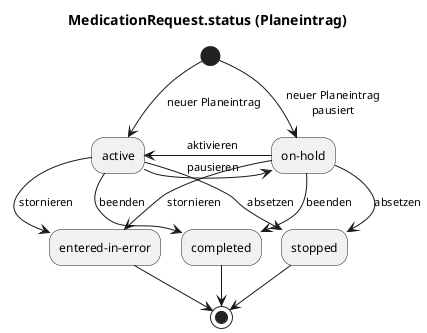
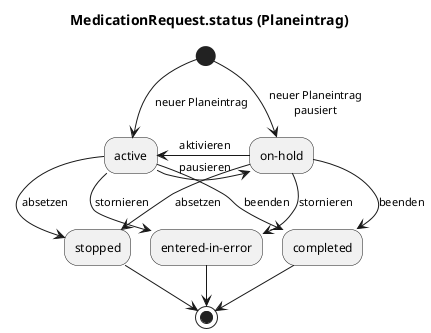
@startuml
title MedicationRequest.status (Planeintrag)

(*) -d-> [neuer Planeintrag] active
(*) -d-> [neuer Planeintrag\npausiert] "on-hold"
- "on-hold" -l-> [           aktivieren        ] active
- "on-hold" -d-> [stornieren] "entered-in-error"
+ "on-hold" -l-> [    aktivieren   ] active
"on-hold" -d-> [absetzen] stopped
"on-hold" -d-> [beenden] completed
+ "on-hold" -d-> [stornieren] "entered-in-error"
active -d-> [absetzen] stopped
active -d-> [beenden] completed
- active -r-> [          pausieren       ] "on-hold"
+ active -r-> [    pausieren   ] "on-hold"
active -d-> [stornieren] "entered-in-error"
stopped -d-> (*)
"entered-in-error" -d-> (*)
completed -d-> (*)
@enduml